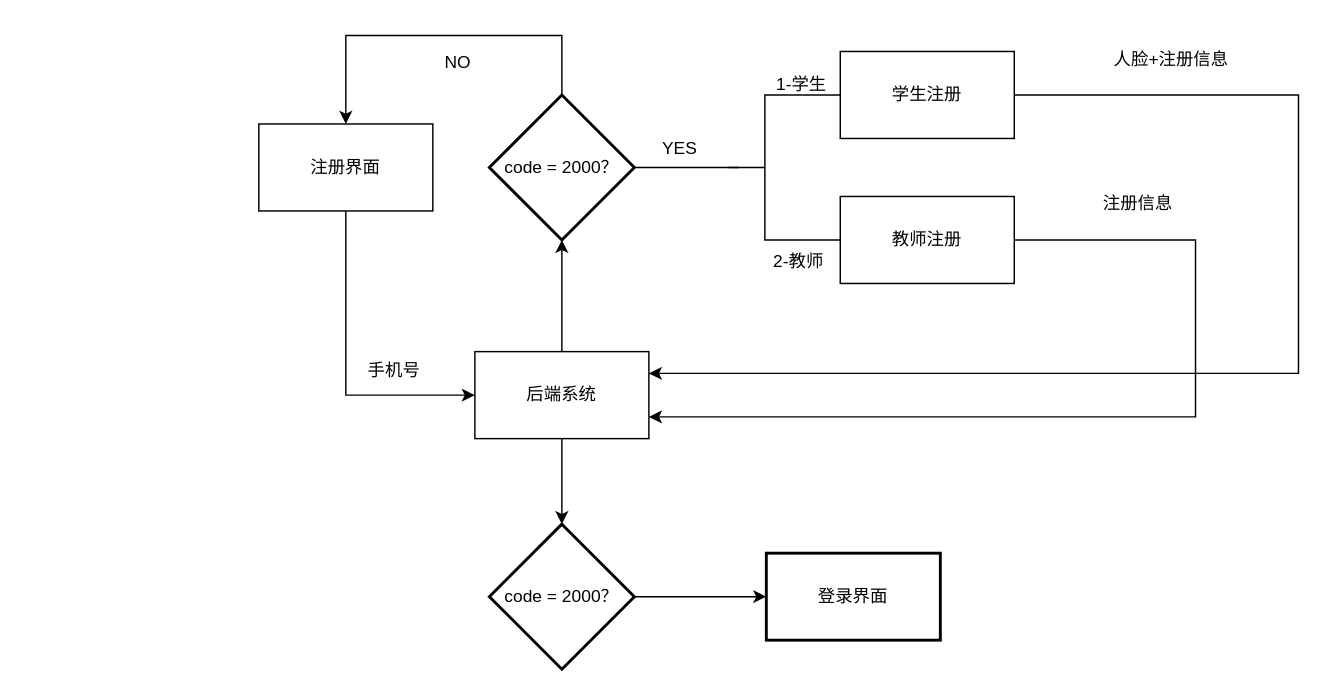
Earlier version of the draw.io diagram examinationSystemVue/src/4-2-2.drawio (Sakeyuan/Web-ExaminationSystem). Source tidied: cells renumbered, new cells numbered last; positions are measured from the earlier drawing's top-left corner, leaving out a move shared by most shapes. Both pictures are drawn from the tidied source at 145%, with x=0, y=0 at pixel (258, 35).
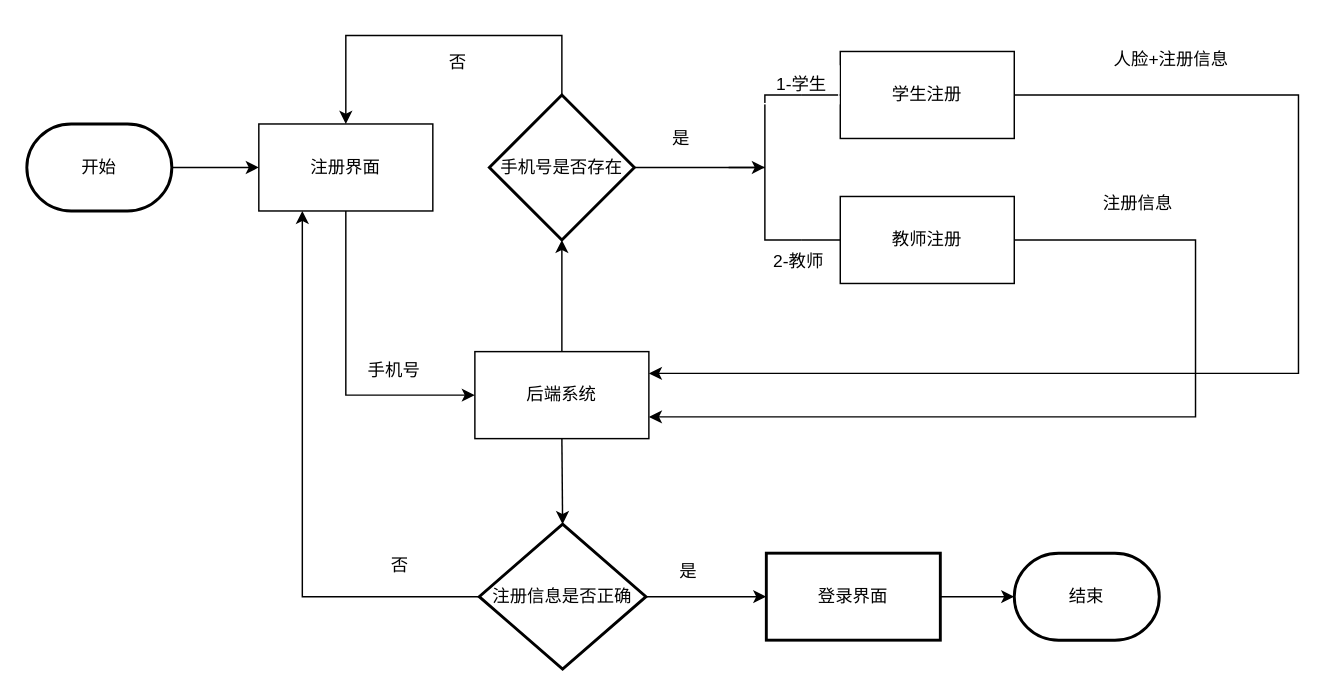
The same diagram, later.

Unchanged cells that the change refers to:
```xml
<mxCell id="15" style="strokeWidth=1;html=1;shape=mxgraph.flowchart.annotation_2;align=left;labelPosition=right;strokeColor=#000000;fontColor=#000000;" parent="1" vertex="1">
  <mxGeometry x="324" y="41" width="50" height="100" as="geometry" />
</mxCell>
```

Diff of the diagram source:
```diff
@@
-    <mxCell id="3" style="edgeStyle=none;rounded=0;html=1;exitX=0.5;exitY=0;exitDx=0;exitDy=0;strokeColor=#000000;fontColor=#000000;startArrow=classic;startFill=1;endArrow=none;endFill=0;entryX=0.5;entryY=1;entryDx=0;entryDy=0;exitPerimeter=0;" parent="1" edge="1" source="25" target="4">
-      <mxGeometry relative="1" as="geometry" />
-    </mxCell>
+    <mxCell id="27" style="edgeStyle=none;rounded=0;html=1;exitX=0.5;exitY=1;exitDx=0;exitDy=0;entryX=0.5;entryY=0;entryDx=0;entryDy=0;entryPerimeter=0;strokeColor=#000000;fontColor=#000000;" parent="1" edge="1" source="4" target="25">
+      <mxGeometry relative="1" as="geometry" />
+    </mxCell>
-    <mxCell id="4" value="后端系统" style="whiteSpace=wrap;html=1;rounded=0;" parent="1" vertex="1">
+    <mxCell id="4" value="后端系统" style="whiteSpace=wrap;html=1;rounded=0;fillColor=#FFFFFF;strokeColor=#000000;fontColor=#000000;" parent="1" vertex="1">
       <mxGeometry x="149" y="218" width="120" height="60" as="geometry" />
     </mxCell>
@@
-    <mxCell id="6" value="注册界面" style="rounded=0;whiteSpace=wrap;html=1;" parent="1" vertex="1">
+    <mxCell id="6" value="注册界面" style="rounded=0;whiteSpace=wrap;html=1;fillColor=#FFFFFF;strokeColor=#000000;fontColor=#000000;" parent="1" vertex="1">
       <mxGeometry y="61" width="120" height="60" as="geometry" />
     </mxCell>
-    <mxCell id="7" style="edgeStyle=none;rounded=0;html=1;exitX=0.5;exitY=0;exitDx=0;exitDy=0;exitPerimeter=0;entryX=0.5;entryY=0;entryDx=0;entryDy=0;strokeColor=#000000;fontColor=#000000;" parent="1" edge="1" source="9" target="6">
+    <mxCell id="7" style="edgeStyle=none;rounded=0;html=1;exitX=0.5;exitY=0;exitDx=0;exitDy=0;exitPerimeter=0;strokeColor=#000000;fontColor=#000000;" parent="1" edge="1" source="9" target="6">
       <mxGeometry relative="1" as="geometry">
         <Array as="points">
           <mxPoint x="209" />
           <mxPoint x="60" />
         </Array>
       </mxGeometry>
     </mxCell>
-    <mxCell id="8" style="edgeStyle=none;rounded=0;html=1;strokeColor=#000000;fontColor=#000000;endArrow=none;endFill=0;" parent="1" edge="1" source="9">
-      <mxGeometry relative="1" as="geometry">
-        <mxPoint x="331" y="91" as="targetPoint" />
-      </mxGeometry>
+    <mxCell id="8" style="edgeStyle=none;rounded=0;html=1;strokeColor=#000000;fontColor=#000000;endArrow=none;endFill=0;startArrow=classic;startFill=1;exitX=0.5;exitY=0.5;exitDx=0;exitDy=0;exitPerimeter=0;" parent="1" edge="1" source="15" target="9">
+      <mxGeometry relative="1" as="geometry" />
     </mxCell>
-    <mxCell id="9" value="code = 2000？" style="strokeWidth=2;html=1;shape=mxgraph.flowchart.decision;whiteSpace=wrap;strokeColor=#000000;" parent="1" vertex="1">
+    <mxCell id="9" value="手机号是否存在" style="strokeWidth=2;html=1;shape=mxgraph.flowchart.decision;whiteSpace=wrap;strokeColor=#000000;fillColor=#FFFFFF;fontColor=#000000;" parent="1" vertex="1">
       <mxGeometry x="159" y="41" width="100" height="100" as="geometry" />
     </mxCell>
-    <mxCell id="10" value="&lt;font color=&quot;#000000&quot;&gt;手机号&lt;/font&gt;" style="text;html=1;align=center;verticalAlign=middle;strokeColor=none;fillColor=none;" parent="1" vertex="1">
+    <mxCell id="10" value="&lt;font&gt;手机号&lt;/font&gt;" style="text;html=1;align=center;verticalAlign=middle;strokeColor=#FFFFFF;fillColor=none;fontColor=#000000;" parent="1" vertex="1">
       <mxGeometry x="66" y="218" width="54" height="26" as="geometry" />
     </mxCell>
-    <mxCell id="11" value="NO" style="text;html=1;align=center;verticalAlign=middle;strokeColor=none;fillColor=none;fontColor=#000000;strokeWidth=1;" parent="1" vertex="1">
-      <mxGeometry x="119" y="6" width="36" height="26" as="geometry" />
+    <mxCell id="11" value="否" style="text;html=1;align=center;verticalAlign=middle;strokeColor=#FFFFFF;fillColor=none;fontColor=#000000;strokeWidth=1;" parent="1" vertex="1">
+      <mxGeometry x="122" y="6" width="30" height="26" as="geometry" />
     </mxCell>
-    <mxCell id="12" value="YES" style="text;html=1;align=center;verticalAlign=middle;strokeColor=none;fillColor=none;fontColor=#000000;" parent="1" vertex="1">
-      <mxGeometry x="269" y="65" width="42" height="26" as="geometry" />
+    <mxCell id="12" value="是" style="text;html=1;align=center;verticalAlign=middle;strokeColor=#FFFFFF;fillColor=none;fontColor=#000000;" parent="1" vertex="1">
+      <mxGeometry x="276" y="58" width="30" height="26" as="geometry" />
     </mxCell>
@@
-    <mxCell id="17" value="学生注册" style="whiteSpace=wrap;html=1;rounded=0;" parent="1" vertex="1">
+    <mxCell id="17" value="学生注册" style="whiteSpace=wrap;html=1;rounded=0;fillColor=#FFFFFF;strokeColor=#000000;fontColor=#000000;" parent="1" vertex="1">
       <mxGeometry x="401" y="11" width="120" height="60" as="geometry" />
     </mxCell>
-    <mxCell id="18" value="1-学生" style="text;html=1;align=center;verticalAlign=middle;strokeColor=none;fillColor=none;fontColor=#000000;" parent="1" vertex="1">
+    <mxCell id="18" value="1-学生" style="text;html=1;align=center;verticalAlign=middle;strokeColor=#FFFFFF;fillColor=none;fontColor=#000000;" parent="1" vertex="1">
       <mxGeometry x="347" y="21" width="53" height="26" as="geometry" />
     </mxCell>
@@
-    <mxCell id="20" value="教师注册" style="whiteSpace=wrap;html=1;rounded=0;" parent="1" vertex="1">
+    <mxCell id="20" value="教师注册" style="whiteSpace=wrap;html=1;rounded=0;fillColor=#FFFFFF;strokeColor=#000000;fontColor=#000000;" parent="1" vertex="1">
       <mxGeometry x="401" y="111" width="120" height="60" as="geometry" />
     </mxCell>
-    <mxCell id="21" value="2-教师" style="text;html=1;align=center;verticalAlign=middle;strokeColor=none;fillColor=none;fontColor=#000000;" parent="1" vertex="1">
+    <mxCell id="21" value="2-教师" style="text;html=1;align=center;verticalAlign=middle;strokeColor=#FFFFFF;fillColor=none;fontColor=#000000;" parent="1" vertex="1">
       <mxGeometry x="345" y="143" width="53" height="26" as="geometry" />
     </mxCell>
-    <mxCell id="22" value="人脸+注册信息" style="text;html=1;align=center;verticalAlign=middle;strokeColor=none;fillColor=none;fontColor=#000000;" parent="1" vertex="1">
+    <mxCell id="22" value="人脸+注册信息" style="text;html=1;align=center;verticalAlign=middle;strokeColor=#FFFFFF;fillColor=none;fontColor=#000000;" parent="1" vertex="1">
       <mxGeometry x="580" y="4" width="97" height="26" as="geometry" />
     </mxCell>
-    <mxCell id="23" value="注册信息" style="text;html=1;align=center;verticalAlign=middle;strokeColor=none;fillColor=none;fontColor=#000000;" parent="1" vertex="1">
+    <mxCell id="23" value="注册信息" style="text;html=1;align=center;verticalAlign=middle;strokeColor=#FFFFFF;fillColor=none;fontColor=#000000;" parent="1" vertex="1">
       <mxGeometry x="573" y="103" width="66" height="26" as="geometry" />
     </mxCell>
-    <mxCell id="24" style="edgeStyle=none;rounded=0;html=1;strokeColor=#000000;fontColor=#FFFFFF;startArrow=classic;startFill=1;endArrow=none;endFill=0;exitX=0;exitY=0.5;exitDx=0;exitDy=0;exitPerimeter=0;" parent="1" edge="1" source="26" target="25">
+    <mxCell id="24" style="edgeStyle=none;rounded=0;html=1;strokeColor=#000000;fontColor=#000000;startArrow=classic;startFill=1;endArrow=none;endFill=0;exitX=0;exitY=0.5;exitDx=0;exitDy=0;exitPerimeter=0;" parent="1" edge="1" source="26" target="25">
       <mxGeometry relative="1" as="geometry" />
     </mxCell>
+    <mxCell id="28" style="edgeStyle=none;html=1;exitX=0;exitY=0.5;exitDx=0;exitDy=0;exitPerimeter=0;entryX=0.25;entryY=1;entryDx=0;entryDy=0;strokeColor=#000000;fontColor=#000000;rounded=0;" parent="1" edge="1" source="25" target="6">
+      <mxGeometry relative="1" as="geometry">
+        <Array as="points">
+          <mxPoint x="30" y="387" />
+        </Array>
+      </mxGeometry>
+    </mxCell>
-    <mxCell id="25" value="code = 2000？" style="strokeWidth=2;html=1;shape=mxgraph.flowchart.decision;whiteSpace=wrap;strokeColor=#000000;fontColor=#000000;" parent="1" vertex="1">
-      <mxGeometry x="159" y="337" width="100" height="100" as="geometry" />
+    <mxCell id="25" value="注册信息是否正确" style="strokeWidth=2;html=1;shape=mxgraph.flowchart.decision;whiteSpace=wrap;strokeColor=#000000;fontColor=#000000;fillColor=#FFFFFF;" parent="1" vertex="1">
+      <mxGeometry x="152" y="337" width="115" height="100" as="geometry" />
     </mxCell>
+    <mxCell id="29" style="edgeStyle=none;html=1;exitX=1;exitY=0.5;exitDx=0;exitDy=0;entryX=0;entryY=0.5;entryDx=0;entryDy=0;entryPerimeter=0;strokeColor=#000000;fontColor=#000000;" parent="1" edge="1" source="26" target="33">
+      <mxGeometry relative="1" as="geometry" />
+    </mxCell>
-    <mxCell id="26" value="登录界面" style="whiteSpace=wrap;html=1;strokeColor=#000000;fontColor=#000000;strokeWidth=2;" parent="1" vertex="1">
+    <mxCell id="26" value="登录界面" style="whiteSpace=wrap;html=1;strokeColor=#000000;fontColor=#000000;strokeWidth=2;fillColor=#FFFFFF;" parent="1" vertex="1">
       <mxGeometry x="350" y="357" width="120" height="60" as="geometry" />
     </mxCell>
+    <mxCell id="30" value="&lt;font&gt;是&lt;/font&gt;" style="text;html=1;align=center;verticalAlign=middle;strokeColor=#FFFFFF;fillColor=none;fontColor=#000000;" parent="1" vertex="1">
+      <mxGeometry x="281" y="357" width="30" height="26" as="geometry" />
+    </mxCell>
+    <mxCell id="31" style="edgeStyle=none;html=1;exitX=1;exitY=0.5;exitDx=0;exitDy=0;exitPerimeter=0;entryX=0;entryY=0.5;entryDx=0;entryDy=0;fontColor=#000000;strokeColor=#000000;" parent="1" edge="1" source="32" target="6">
+      <mxGeometry relative="1" as="geometry" />
+    </mxCell>
+    <mxCell id="32" value="&lt;font&gt;开始&lt;/font&gt;" style="strokeWidth=2;html=1;shape=mxgraph.flowchart.terminator;whiteSpace=wrap;fontColor=#000000;fillColor=#FFFFFF;strokeColor=#000000;" parent="1" vertex="1">
+      <mxGeometry x="-160" y="61" width="100" height="60" as="geometry" />
+    </mxCell>
+    <mxCell id="33" value="&lt;font&gt;结束&lt;/font&gt;" style="strokeWidth=2;html=1;shape=mxgraph.flowchart.terminator;whiteSpace=wrap;fontColor=#000000;fillColor=#FFFFFF;strokeColor=#000000;" parent="1" vertex="1">
+      <mxGeometry x="521" y="357" width="100" height="60" as="geometry" />
+    </mxCell>
+    <mxCell id="34" value="否" style="text;html=1;align=center;verticalAlign=middle;strokeColor=#FFFFFF;fillColor=none;fontColor=#000000;" parent="1" vertex="1">
+      <mxGeometry x="82" y="353" width="30" height="26" as="geometry" />
+    </mxCell>
```
